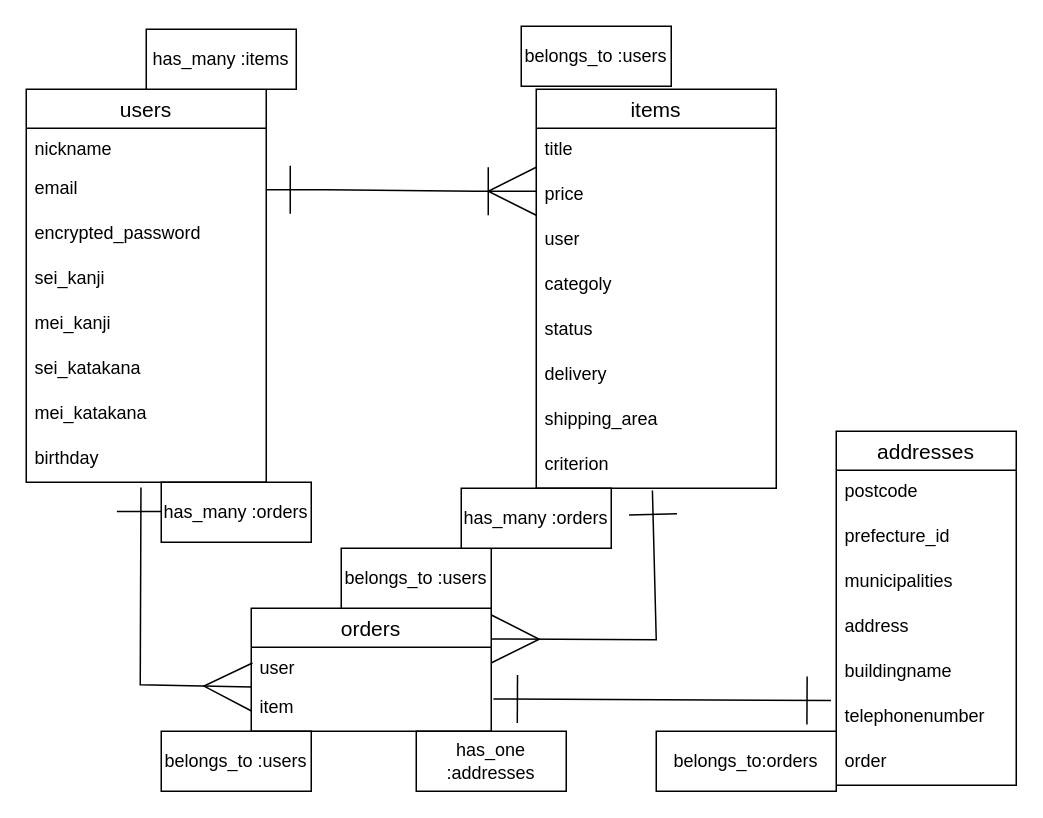
This is test.dio from codegiter1018/furima-38614, a draw.io file, before an edit. Source tidied: cells renumbered, new cells numbered last; positions are measured from the earlier drawing's top-left corner, leaving out a move shared by most shapes. Both pictures are drawn from the tidied source at 150%, with x=0, y=0 at pixel (26, 26).
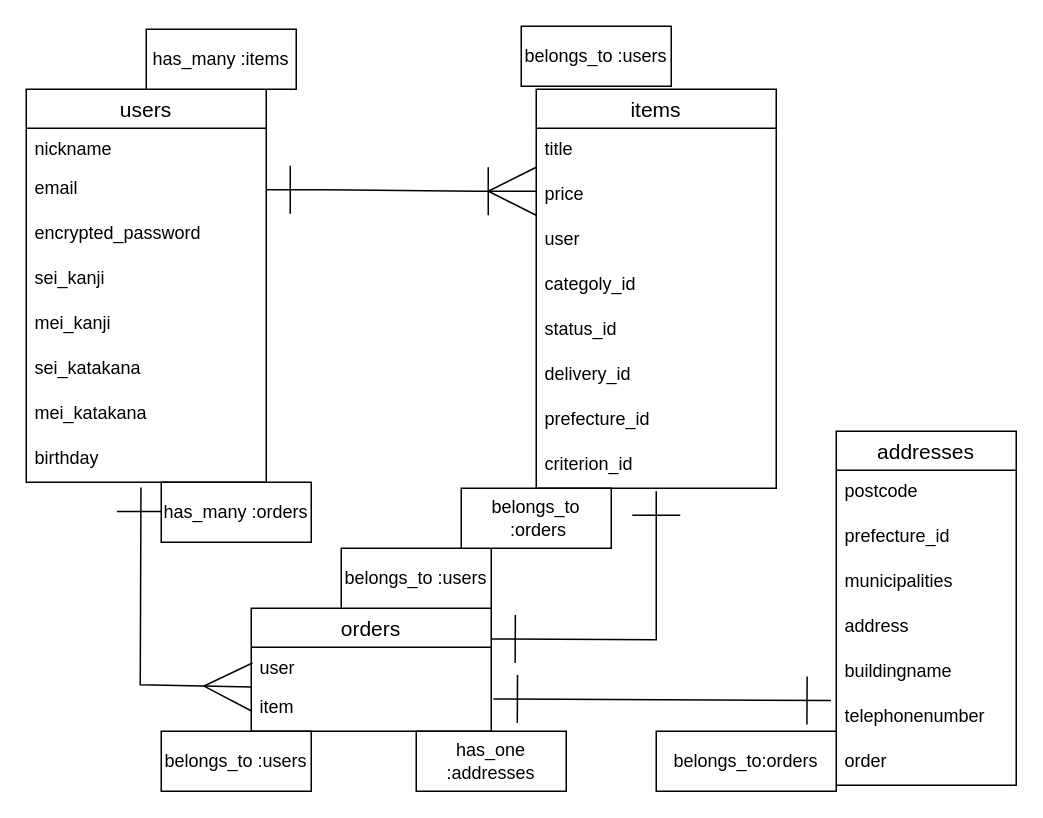
The same page after the edit.

Commit message (it also covers changes not shown here):
データベース設計修正3

Unchanged cells that the change refers to:
```xml
<mxCell id="11" value="items" style="swimlane;fontStyle=0;horizontal=1;startSize=26;align=center;fontSize=14;" parent="1" vertex="1">
  <mxGeometry x="340" y="42" width="160" height="266" as="geometry" />
</mxCell>
<mxCell id="23" value="orders" style="swimlane;fontStyle=0;horizontal=1;startSize=26;align=center;fontSize=14;" parent="1" vertex="1">
  <mxGeometry x="150" y="388" width="160" height="82" as="geometry" />
</mxCell>
```

What changed in the source:
```diff
@@
-    <mxCell id="15" value="categoly" style="text;strokeColor=none;fillColor=none;spacingLeft=4;spacingRight=4;overflow=hidden;fontSize=12;" parent="11" vertex="1">
+    <mxCell id="15" value="categoly_id" style="text;strokeColor=none;fillColor=none;spacingLeft=4;spacingRight=4;overflow=hidden;fontSize=12;" parent="11" vertex="1">
       <mxGeometry y="116" width="160" height="30" as="geometry" />
     </mxCell>
-    <mxCell id="16" value="status" style="text;strokeColor=none;fillColor=none;spacingLeft=4;spacingRight=4;overflow=hidden;fontSize=12;" parent="11" vertex="1">
+    <mxCell id="16" value="status_id" style="text;strokeColor=none;fillColor=none;spacingLeft=4;spacingRight=4;overflow=hidden;fontSize=12;" parent="11" vertex="1">
       <mxGeometry y="146" width="160" height="30" as="geometry" />
     </mxCell>
-    <mxCell id="17" value="delivery" style="text;strokeColor=none;fillColor=none;spacingLeft=4;spacingRight=4;overflow=hidden;fontSize=12;" parent="11" vertex="1">
+    <mxCell id="17" value="delivery_id" style="text;strokeColor=none;fillColor=none;spacingLeft=4;spacingRight=4;overflow=hidden;fontSize=12;" parent="11" vertex="1">
       <mxGeometry y="176" width="160" height="30" as="geometry" />
     </mxCell>
-    <mxCell id="18" value="shipping_area" style="text;strokeColor=none;fillColor=none;spacingLeft=4;spacingRight=4;overflow=hidden;fontSize=12;" parent="11" vertex="1">
+    <mxCell id="18" value="prefecture_id" style="text;strokeColor=none;fillColor=none;spacingLeft=4;spacingRight=4;overflow=hidden;fontSize=12;" parent="11" vertex="1">
       <mxGeometry y="206" width="160" height="30" as="geometry" />
     </mxCell>
-    <mxCell id="19" value="criterion" style="text;strokeColor=none;fillColor=none;spacingLeft=4;spacingRight=4;overflow=hidden;points=[[0,0.5],[1,0.5]];portConstraint=eastwest;fontSize=12;" parent="11" vertex="1">
+    <mxCell id="19" value="criterion_id" style="text;strokeColor=none;fillColor=none;spacingLeft=4;spacingRight=4;overflow=hidden;points=[[0,0.5],[1,0.5]];portConstraint=eastwest;fontSize=12;" parent="11" vertex="1">
       <mxGeometry y="236" width="160" height="30" as="geometry" />
     </mxCell>
@@
-    <mxCell id="40" style="endArrow=ERone;html=1;rounded=0;startSize=30;endSize=30;entryX=0.484;entryY=1.05;entryDx=0;entryDy=0;entryPerimeter=0;exitX=1;exitY=0.25;exitDx=0;exitDy=0;startArrow=ERmany;startFill=0;endFill=0;" parent="1" edge="1" source="23" target="19">
+    <mxCell id="40" style="endArrow=ERone;html=1;rounded=0;startSize=30;endSize=30;exitX=1;exitY=0.25;exitDx=0;exitDy=0;startArrow=ERone;startFill=0;endFill=0;" parent="1" edge="1" source="23">
       <mxGeometry relative="1" as="geometry">
+        <mxPoint x="420" y="310" as="targetPoint" />
         <Array as="points">
           <mxPoint x="420" y="409" />
         </Array>
       </mxGeometry>
     </mxCell>
@@
-    <mxCell id="42" value="has_many :orders" style="whiteSpace=wrap;html=1;align=center;" parent="1" vertex="1">
+    <mxCell id="42" value="belongs_to&lt;br&gt;&amp;nbsp;:orders" style="whiteSpace=wrap;html=1;align=center;" parent="1" vertex="1">
       <mxGeometry x="290" y="308" width="100" height="40" as="geometry" />
     </mxCell>
```
